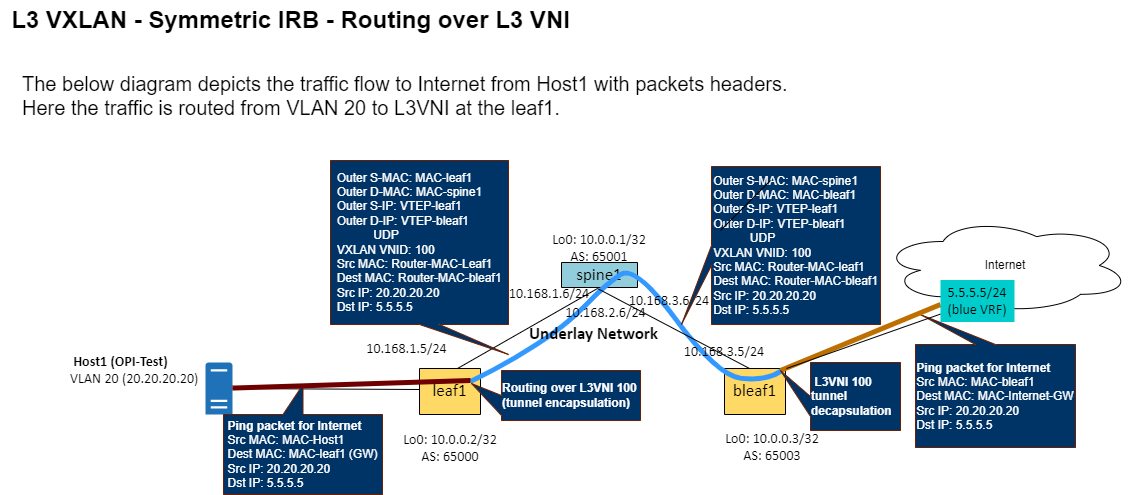
Above: OPI-EVPN-L3-Symmetric-IRB.png in opiproject/opi-evpn-bridge (draw.io), before the change. Source tidied: cells renumbered, new cells last; positions are measured from the earlier drawing's top-left corner, leaving out a move shared by most shapes.
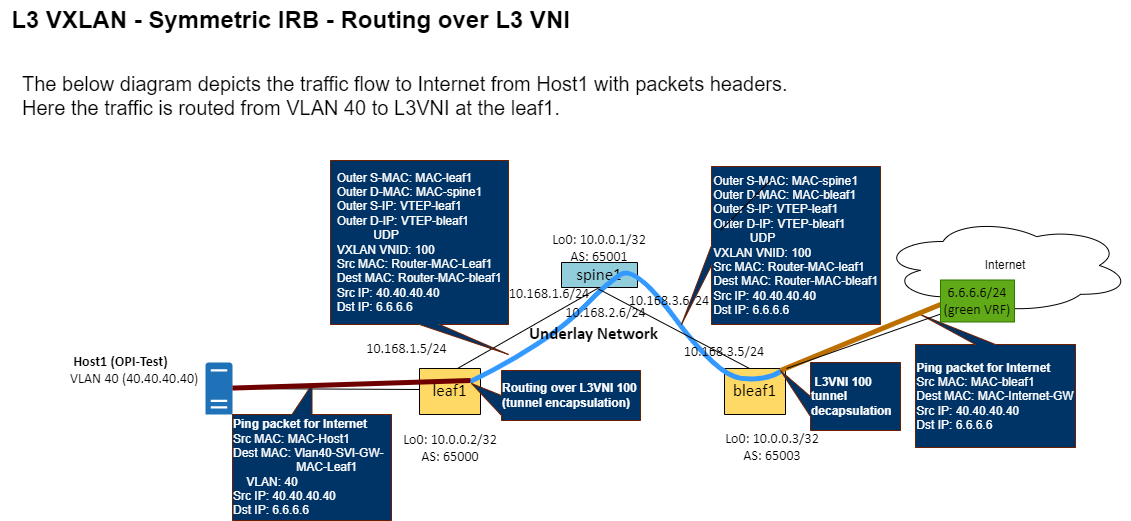
After the commit.

Change to the diagram source:
```diff
@@ -81,22 +81,22 @@
     <mxCell id="21" value="Internet" style="ellipse;shape=cloud;whiteSpace=wrap;html=1;" parent="1" vertex="1">
       <mxGeometry x="880" y="217" width="250" height="96" as="geometry" />
     </mxCell>
-    <mxCell id="22" value="&lt;div style=&quot;&quot;&gt;&lt;font face=&quot;Calibri&quot;&gt;&lt;span style=&quot;font-size: 14.11px;&quot;&gt;&lt;b&gt;&amp;nbsp;Host1 (OPI-Test)&lt;/b&gt;&lt;br&gt;VLAN 20 (20.20.20.20)&lt;br&gt;&lt;br&gt;&lt;/span&gt;&lt;/font&gt;&lt;/div&gt;" style="verticalAlign=middle;align=left;overflow=width;vsdxID=1020;fillColor=none;gradientColor=none;shape=(stored shape, 160 characters);strokeColor=none;labelBackgroundColor=none;rounded=0;html=1;whiteSpace=wrap;" parent="1" vertex="1">
+    <mxCell id="22" value="&lt;div style=&quot;&quot;&gt;&lt;font face=&quot;Calibri&quot;&gt;&lt;span style=&quot;font-size: 14.11px;&quot;&gt;&lt;b&gt;&amp;nbsp;Host1 (OPI-Test)&lt;/b&gt;&lt;br&gt;VLAN 40 (40.40.40.40)&lt;br&gt;&lt;br&gt;&lt;/span&gt;&lt;/font&gt;&lt;/div&gt;" style="verticalAlign=middle;align=left;overflow=width;vsdxID=1020;fillColor=none;gradientColor=none;shape=(stored shape, 160 characters);strokeColor=none;labelBackgroundColor=none;rounded=0;html=1;whiteSpace=wrap;" parent="1" vertex="1">
       <mxGeometry x="70" y="322.5" width="140" height="112" as="geometry" />
     </mxCell>
-    <mxCell id="23" value="&lt;div style=&quot;border-color: var(--border-color); text-align: left;&quot;&gt;&lt;span style=&quot;border-color: var(--border-color);&quot;&gt;&lt;b&gt;Ping packet for Internet&lt;/b&gt;&lt;/span&gt;&lt;/div&gt;&lt;div style=&quot;border-color: var(--border-color); text-align: left;&quot;&gt;Src MAC: MAC-Host1&lt;/div&gt;&lt;div style=&quot;border-color: var(--border-color); text-align: left;&quot;&gt;Dest MAC: MAC-leaf1 (GW)&lt;/div&gt;&lt;div style=&quot;border-color: var(--border-color); text-align: left;&quot;&gt;Src IP: 20.20.20.20&lt;/div&gt;&lt;div style=&quot;border-color: var(--border-color); text-align: left;&quot;&gt;Dst IP: 5.5.5.5&lt;/div&gt;" style="shape=callout;whiteSpace=wrap;html=1;perimeter=calloutPerimeter;position2=0.5;direction=west;fillColor=#003366;fontColor=#ffffff;strokeColor=#6D1F00;" parent="1" vertex="1">
-      <mxGeometry x="223" y="384" width="159" height="110" as="geometry" />
+    <mxCell id="23" value="&lt;div style=&quot;border-color: var(--border-color); text-align: left;&quot;&gt;&lt;span style=&quot;border-color: var(--border-color);&quot;&gt;&lt;b&gt;Ping packet for Internet&lt;/b&gt;&lt;/span&gt;&lt;/div&gt;&lt;div style=&quot;border-color: var(--border-color); text-align: left;&quot;&gt;Src MAC: MAC-Host1&lt;/div&gt;&lt;div style=&quot;border-color: var(--border-color); text-align: left;&quot;&gt;Dest MAC: Vlan40-SVI-GW-&amp;nbsp; &amp;nbsp; &amp;nbsp; &amp;nbsp; &amp;nbsp; &amp;nbsp; &amp;nbsp; &amp;nbsp; &amp;nbsp; &amp;nbsp; &amp;nbsp;MAC-Leaf1&lt;br&gt;&amp;nbsp; &amp;nbsp; VLAN: 40&lt;/div&gt;&lt;div style=&quot;border-color: var(--border-color); text-align: left;&quot;&gt;Src IP: 40.40.40.40&lt;/div&gt;&lt;div style=&quot;border-color: var(--border-color); text-align: left;&quot;&gt;Dst IP: 6.6.6.6&lt;/div&gt;" style="shape=callout;whiteSpace=wrap;html=1;perimeter=calloutPerimeter;position2=0.5;direction=west;fillColor=#003366;fontColor=#ffffff;strokeColor=#6D1F00;" parent="1" vertex="1">
+      <mxGeometry x="232" y="384" width="159" height="136" as="geometry" />
     </mxCell>
-    <mxCell id="24" value="&lt;div style=&quot;border-color: var(--border-color); text-align: left;&quot;&gt;&lt;div style=&quot;border-color: var(--border-color);&quot;&gt;Outer S-MAC: MAC-leaf1&lt;/div&gt;&lt;div style=&quot;border-color: var(--border-color);&quot;&gt;Outer D-MAC: MAC-spine1&lt;/div&gt;&lt;div style=&quot;border-color: var(--border-color);&quot;&gt;Outer S-IP: VTEP-leaf1&lt;/div&gt;&lt;div style=&quot;border-color: var(--border-color);&quot;&gt;Outer D-IP: VTEP-bleaf1&lt;/div&gt;&lt;div style=&quot;border-color: var(--border-color);&quot;&gt;&amp;nbsp; &amp;nbsp; &amp;nbsp; &amp;nbsp; &amp;nbsp; &amp;nbsp;UDP&lt;/div&gt;&lt;div style=&quot;border-color: var(--border-color);&quot;&gt;VXLAN VNID: 100&lt;/div&gt;&lt;div style=&quot;border-color: var(--border-color);&quot;&gt;Src MAC: Router-MAC-Leaf1&lt;/div&gt;&lt;div style=&quot;border-color: var(--border-color);&quot;&gt;Dest MAC: Router-MAC-bleaf1&lt;/div&gt;&lt;div style=&quot;border-color: var(--border-color);&quot;&gt;Src IP: 20.20.20.20&lt;/div&gt;&lt;div style=&quot;border-color: var(--border-color);&quot;&gt;Dst IP: 5.5.5.5&lt;/div&gt;&lt;/div&gt;" style="shape=callout;whiteSpace=wrap;html=1;perimeter=calloutPerimeter;position2=1;fillStyle=auto;fillColor=#003366;strokeColor=#6D1F00;fontColor=#ffffff;" parent="1" vertex="1">
+    <mxCell id="24" value="&lt;div style=&quot;border-color: var(--border-color); text-align: left;&quot;&gt;&lt;div style=&quot;border-color: var(--border-color);&quot;&gt;Outer S-MAC: MAC-leaf1&lt;/div&gt;&lt;div style=&quot;border-color: var(--border-color);&quot;&gt;Outer D-MAC: MAC-spine1&lt;/div&gt;&lt;div style=&quot;border-color: var(--border-color);&quot;&gt;Outer S-IP: VTEP-leaf1&lt;/div&gt;&lt;div style=&quot;border-color: var(--border-color);&quot;&gt;Outer D-IP: VTEP-bleaf1&lt;/div&gt;&lt;div style=&quot;border-color: var(--border-color);&quot;&gt;&amp;nbsp; &amp;nbsp; &amp;nbsp; &amp;nbsp; &amp;nbsp; &amp;nbsp;UDP&lt;/div&gt;&lt;div style=&quot;border-color: var(--border-color);&quot;&gt;VXLAN VNID: 100&lt;/div&gt;&lt;div style=&quot;border-color: var(--border-color);&quot;&gt;Src MAC: Router-MAC-Leaf1&lt;/div&gt;&lt;div style=&quot;border-color: var(--border-color);&quot;&gt;Dest MAC: Router-MAC-bleaf1&lt;/div&gt;&lt;div style=&quot;border-color: var(--border-color);&quot;&gt;Src IP: 40.40.40.40&lt;/div&gt;&lt;div style=&quot;border-color: var(--border-color);&quot;&gt;Dst IP: 6.6.6.6&lt;/div&gt;&lt;/div&gt;" style="shape=callout;whiteSpace=wrap;html=1;perimeter=calloutPerimeter;position2=1;fillStyle=auto;fillColor=#003366;strokeColor=#6D1F00;fontColor=#ffffff;" parent="1" vertex="1">
       <mxGeometry x="330" y="160" width="178" height="194" as="geometry" />
     </mxCell>
-    <mxCell id="25" value="&lt;div style=&quot;border-color: var(--border-color); text-align: left;&quot;&gt;&lt;div style=&quot;border-color: var(--border-color);&quot;&gt;Outer S-MAC: MAC-spine1&lt;/div&gt;&lt;div style=&quot;border-color: var(--border-color);&quot;&gt;Outer D-MAC: MAC-bleaf1&lt;/div&gt;&lt;div style=&quot;border-color: var(--border-color);&quot;&gt;Outer S-IP: VTEP-leaf1&lt;/div&gt;&lt;div style=&quot;border-color: var(--border-color);&quot;&gt;Outer D-IP: VTEP-bleaf1&lt;/div&gt;&lt;div style=&quot;border-color: var(--border-color);&quot;&gt;&amp;nbsp; &amp;nbsp; &amp;nbsp; &amp;nbsp; &amp;nbsp; &amp;nbsp;UDP&lt;/div&gt;&lt;div style=&quot;border-color: var(--border-color);&quot;&gt;VXLAN VNID: 100&lt;/div&gt;&lt;div style=&quot;border-color: var(--border-color);&quot;&gt;Src MAC: Router-MAC-leaf1&lt;/div&gt;&lt;div style=&quot;border-color: var(--border-color);&quot;&gt;Dest MAC: Router-MAC-bleaf1&lt;/div&gt;&lt;div style=&quot;border-color: var(--border-color);&quot;&gt;Src IP: 20.20.20.20&lt;/div&gt;&lt;div style=&quot;border-color: var(--border-color);&quot;&gt;Dst IP: 5.5.5.5&lt;/div&gt;&lt;/div&gt;" style="shape=callout;whiteSpace=wrap;html=1;perimeter=calloutPerimeter;position2=1;fillStyle=auto;fillColor=#003366;strokeColor=#6D1F00;fontColor=#ffffff;direction=south;" parent="1" vertex="1">
+    <mxCell id="25" value="&lt;div style=&quot;border-color: var(--border-color); text-align: left;&quot;&gt;&lt;div style=&quot;border-color: var(--border-color);&quot;&gt;Outer S-MAC: MAC-spine1&lt;/div&gt;&lt;div style=&quot;border-color: var(--border-color);&quot;&gt;Outer D-MAC: MAC-bleaf1&lt;/div&gt;&lt;div style=&quot;border-color: var(--border-color);&quot;&gt;Outer S-IP: VTEP-leaf1&lt;/div&gt;&lt;div style=&quot;border-color: var(--border-color);&quot;&gt;Outer D-IP: VTEP-bleaf1&lt;/div&gt;&lt;div style=&quot;border-color: var(--border-color);&quot;&gt;&amp;nbsp; &amp;nbsp; &amp;nbsp; &amp;nbsp; &amp;nbsp; &amp;nbsp;UDP&lt;/div&gt;&lt;div style=&quot;border-color: var(--border-color);&quot;&gt;VXLAN VNID: 100&lt;/div&gt;&lt;div style=&quot;border-color: var(--border-color);&quot;&gt;Src MAC: Router-MAC-leaf1&lt;/div&gt;&lt;div style=&quot;border-color: var(--border-color);&quot;&gt;Dest MAC: Router-MAC-bleaf1&lt;/div&gt;&lt;div style=&quot;border-color: var(--border-color);&quot;&gt;Src IP: 40.40.40.40&lt;/div&gt;&lt;div style=&quot;border-color: var(--border-color);&quot;&gt;Dst IP: 6.6.6.6&lt;/div&gt;&lt;/div&gt;" style="shape=callout;whiteSpace=wrap;html=1;perimeter=calloutPerimeter;position2=1;fillStyle=auto;fillColor=#003366;strokeColor=#6D1F00;fontColor=#ffffff;direction=south;" parent="1" vertex="1">
       <mxGeometry x="681" y="166" width="199" height="158" as="geometry" />
     </mxCell>
-    <mxCell id="26" value="&lt;div style=&quot;border-color: var(--border-color); text-align: left;&quot;&gt;&lt;span style=&quot;border-color: var(--border-color);&quot;&gt;&lt;b&gt;Ping packet for Internet&lt;/b&gt;&lt;/span&gt;&lt;/div&gt;&lt;div style=&quot;border-color: var(--border-color); text-align: left;&quot;&gt;Src MAC: MAC-bleaf1&lt;/div&gt;&lt;div style=&quot;border-color: var(--border-color); text-align: left;&quot;&gt;Dest MAC: MAC-Internet-GW&lt;/div&gt;&lt;div style=&quot;border-color: var(--border-color); text-align: left;&quot;&gt;Src IP: 20.20.20.20&lt;/div&gt;&lt;div style=&quot;border-color: var(--border-color); text-align: left;&quot;&gt;Dst IP: 5.5.5.5&lt;/div&gt;" style="shape=callout;whiteSpace=wrap;html=1;perimeter=calloutPerimeter;position2=0.97;direction=west;fillColor=#003366;fontColor=#ffffff;strokeColor=#6D1F00;" parent="1" vertex="1">
+    <mxCell id="26" value="&lt;div style=&quot;border-color: var(--border-color); text-align: left;&quot;&gt;&lt;span style=&quot;border-color: var(--border-color);&quot;&gt;&lt;b&gt;Ping packet for Internet&lt;/b&gt;&lt;/span&gt;&lt;/div&gt;&lt;div style=&quot;border-color: var(--border-color); text-align: left;&quot;&gt;Src MAC: MAC-bleaf1&lt;/div&gt;&lt;div style=&quot;border-color: var(--border-color); text-align: left;&quot;&gt;Dest MAC: MAC-Internet-GW&lt;/div&gt;&lt;div style=&quot;border-color: var(--border-color); text-align: left;&quot;&gt;Src IP: 40.40.40.40&lt;/div&gt;&lt;div style=&quot;border-color: var(--border-color); text-align: left;&quot;&gt;Dst IP: 6.6.6.6&lt;/div&gt;" style="shape=callout;whiteSpace=wrap;html=1;perimeter=calloutPerimeter;position2=0.97;direction=west;fillColor=#003366;fontColor=#ffffff;strokeColor=#6D1F00;" parent="1" vertex="1">
       <mxGeometry x="915" y="314" width="160" height="133" as="geometry" />
     </mxCell>
-    <mxCell id="27" value="&lt;font style=&quot;font-size: 20px;&quot;&gt;The below diagram depicts the traffic flow to Internet from Host1 with packets headers. Here the traffic is routed from VLAN 20 to L3VNI at the leaf1.&lt;/font&gt;" style="text;html=1;strokeColor=none;fillColor=none;align=left;verticalAlign=middle;whiteSpace=wrap;rounded=0;" parent="1" vertex="1">
+    <mxCell id="27" value="&lt;font style=&quot;font-size: 20px;&quot;&gt;The below diagram depicts the traffic flow to Internet from Host1 with packets headers. Here the traffic is routed from VLAN 40 to L3VNI at the leaf1.&lt;/font&gt;" style="text;html=1;strokeColor=none;fillColor=none;align=left;verticalAlign=middle;whiteSpace=wrap;rounded=0;" parent="1" vertex="1">
       <mxGeometry x="20" y="70" width="790" height="50" as="geometry" />
     </mxCell>
     <mxCell id="28" value="&lt;div style=&quot;border-color: var(--border-color); text-align: left;&quot;&gt;&lt;b&gt;Routing over L3VNI 100 (tunnel encapsulation)&lt;/b&gt;&lt;/div&gt;" style="shape=callout;whiteSpace=wrap;html=1;perimeter=calloutPerimeter;position2=0.26;direction=south;fillColor=#003366;fontColor=#ffffff;strokeColor=#6D1F00;" parent="1" vertex="1">
@@ -127,7 +127,7 @@
         <mxPoint x="786" y="368" as="sourcePoint" />
       </mxGeometry>
     </mxCell>
-    <mxCell id="34" value="&lt;div style=&quot;font-size: 1px&quot;&gt;&lt;font style=&quot;font-size:14.11px;font-family:Calibri;color:#000000;direction:ltr;letter-spacing:0px;line-height:120%;opacity:1&quot;&gt;5.5.5.5/24 (blue VRF)&lt;br&gt;&lt;/font&gt;&lt;/div&gt;" style="verticalAlign=middle;align=center;overflow=width;vsdxID=1019;fillColor=#00CCCC;gradientColor=none;shape=(stored shape, 160 characters);strokeColor=none;points=[];labelBackgroundColor=none;rounded=0;html=1;whiteSpace=wrap;" parent="1" vertex="1">
+    <mxCell id="34" value="&lt;div style=&quot;font-size: 1px&quot;&gt;&lt;font style=&quot;font-size:14.11px;font-family:Calibri;color:#000000;direction:ltr;letter-spacing:0px;line-height:120%;opacity:1&quot;&gt;6.6.6.6/24 (green VRF)&lt;br&gt;&lt;/font&gt;&lt;/div&gt;" style="verticalAlign=middle;align=center;overflow=width;vsdxID=1019;fillColor=#60a917;shape=(stored shape, 160 characters);strokeColor=#2D7600;points=[];labelBackgroundColor=none;rounded=0;html=1;whiteSpace=wrap;fontColor=#ffffff;" parent="1" vertex="1">
       <mxGeometry x="940" y="279.5" width="74" height="42" as="geometry" />
     </mxCell>
   </root>
```
